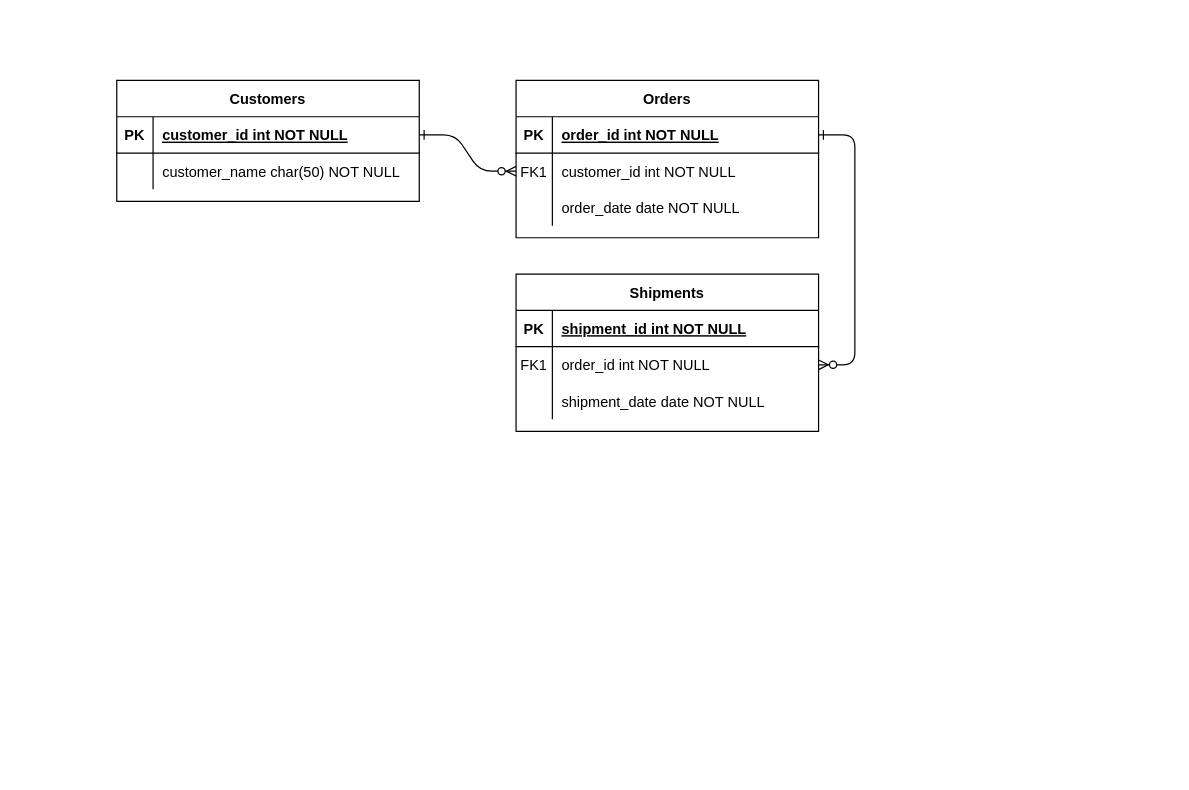
This is frigider.drawio from vitorjurj/modelare_db, a draw.io file, before an edit. Source tidied: cells renumbered, new cells numbered last; positions are measured from the earlier drawing's top-left corner, leaving out a move shared by most shapes. Both pictures are drawn from the tidied source at 121%, with x=0, y=0 at pixel (116, 80).
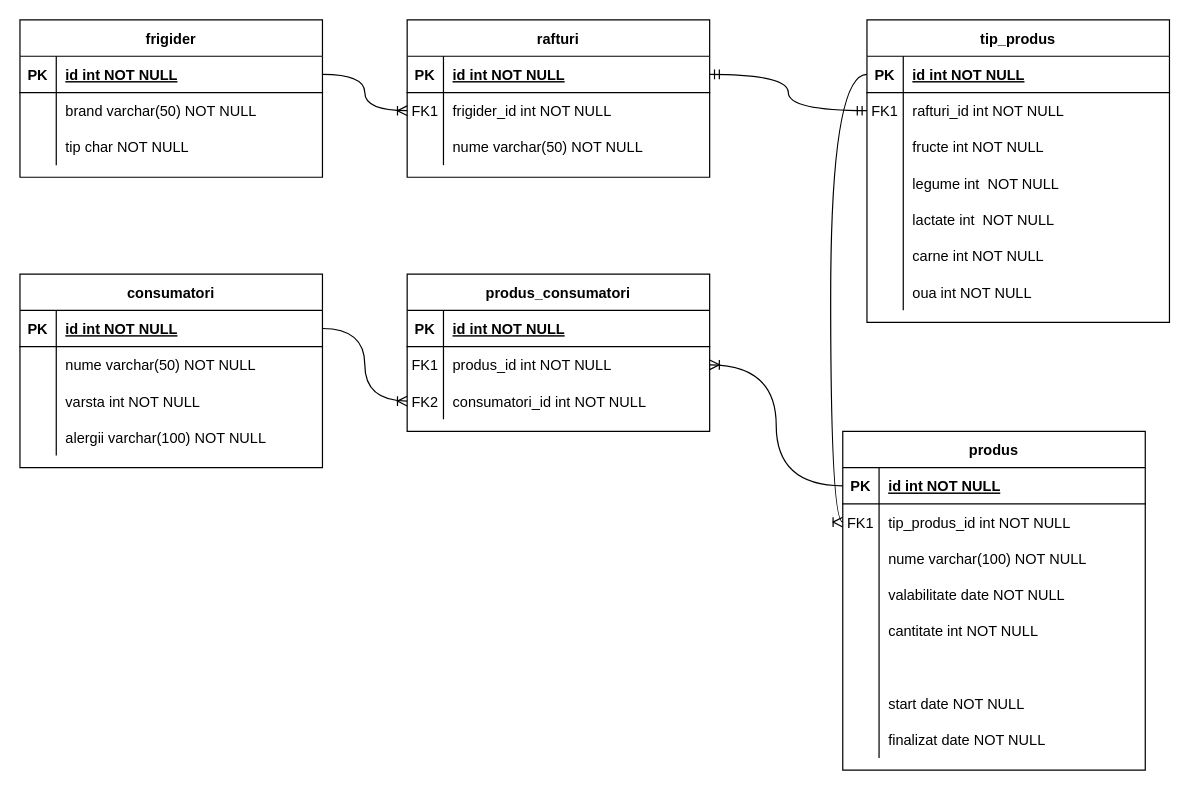
The same diagram, later.

The change refers to these unchanged cells:
```xml
<mxCell id="5" style="shape=partialRectangle;fillColor=none;points=[[0,0.5],[1,0.5]];portConstraint=eastwest;top=0;left=0;right=0;bottom=1;" parent="4" vertex="1">
  <mxGeometry y="30" width="250" height="30" as="geometry" />
</mxCell>
<mxCell id="8" style="shape=partialRectangle;fillColor=none;points=[[0,0.5],[1,0.5]];portConstraint=eastwest;top=0;left=0;right=0;bottom=0;" parent="4" vertex="1">
  <mxGeometry y="60" width="250" height="30" as="geometry" />
</mxCell>
<mxCell id="11" style="shape=partialRectangle;fillColor=none;top=0;left=0;right=0;bottom=0;" parent="4" vertex="1">
  <mxGeometry y="90" width="250" height="30" as="geometry" />
</mxCell>
<mxCell id="15" style="shape=partialRectangle;fillColor=none;points=[[0,0.5],[1,0.5]];portConstraint=eastwest;top=0;left=0;right=0;bottom=1;" parent="14" vertex="1">
  <mxGeometry y="30" width="250" height="30" as="geometry" />
</mxCell>
<mxCell id="18" style="shape=partialRectangle;fillColor=none;points=[[0,0.5],[1,0.5]];portConstraint=eastwest;top=0;left=0;right=0;bottom=0;" parent="14" vertex="1">
  <mxGeometry y="60" width="250" height="30" as="geometry" />
</mxCell>
<mxCell id="21" style="shape=partialRectangle;fillColor=none;top=0;left=0;right=0;bottom=0;" parent="14" vertex="1">
  <mxGeometry y="90" width="250" height="30" as="geometry" />
</mxCell>
<mxCell id="25" style="shape=partialRectangle;fillColor=none;points=[[0,0.5],[1,0.5]];portConstraint=eastwest;top=0;left=0;right=0;bottom=1;" parent="24" vertex="1">
  <mxGeometry y="30" width="250" height="30" as="geometry" />
</mxCell>
<mxCell id="28" style="shape=partialRectangle;fillColor=none;top=0;left=0;right=0;bottom=0;" parent="24" vertex="1">
  <mxGeometry y="60" width="250" height="30" as="geometry" />
</mxCell>
```

Change to the diagram source:
```diff
@@
-    <mxCell id="2" style="edgeStyle=entityRelationEdgeStyle;endArrow=ERzeroToMany;startArrow=ERone;endFill=1;startFill=0;" parent="1" edge="1" source="25" target="8">
-      <mxGeometry relative="1" as="geometry" />
-    </mxCell>
-    <mxCell id="3" style="edgeStyle=entityRelationEdgeStyle;endArrow=ERzeroToMany;startArrow=ERone;endFill=1;startFill=0;" parent="1" edge="1" source="5" target="18">
-      <mxGeometry relative="1" as="geometry" />
-    </mxCell>
-    <mxCell id="4" value="Orders" style="shape=table;startSize=30;childLayout=tableLayout;rowLines=0;fontStyle=1;align=center;" parent="1" vertex="1">
-      <mxGeometry x="330" width="250" height="130" as="geometry" />
+    <mxCell id="4" value="rafturi" style="shape=table;startSize=30;childLayout=tableLayout;rowLines=0;fontStyle=1;align=center;" parent="1" vertex="1">
+      <mxGeometry x="240" y="-50" width="250" height="130" as="geometry" />
     </mxCell>
@@
-    <mxCell id="7" value="order_id int NOT NULL " style="shape=partialRectangle;overflow=hidden;fillColor=none;top=0;left=0;bottom=0;right=0;align=left;spacingLeft=6;fontStyle=5;" parent="5" vertex="1">
+    <mxCell id="7" value="id int NOT NULL " style="shape=partialRectangle;overflow=hidden;fillColor=none;top=0;left=0;bottom=0;right=0;align=left;spacingLeft=6;fontStyle=5;" parent="5" vertex="1">
       <mxGeometry x="30" width="220" height="30" as="geometry" />
     </mxCell>
@@
-    <mxCell id="10" value="customer_id int NOT NULL" style="shape=partialRectangle;overflow=hidden;fillColor=none;top=0;left=0;bottom=0;right=0;align=left;spacingLeft=6;" parent="8" vertex="1">
+    <mxCell id="10" value="frigider_id int NOT NULL" style="shape=partialRectangle;overflow=hidden;fillColor=none;top=0;left=0;bottom=0;right=0;align=left;spacingLeft=6;" parent="8" vertex="1">
       <mxGeometry x="30" width="220" height="30" as="geometry" />
     </mxCell>
@@
-    <mxCell id="13" value="order_date date NOT NULL" style="shape=partialRectangle;overflow=hidden;fillColor=none;top=0;left=0;bottom=0;right=0;align=left;spacingLeft=6;" parent="11" vertex="1">
+    <mxCell id="13" value="nume varchar(50) NOT NULL" style="shape=partialRectangle;overflow=hidden;fillColor=none;top=0;left=0;bottom=0;right=0;align=left;spacingLeft=6;" parent="11" vertex="1">
       <mxGeometry x="30" width="220" height="30" as="geometry" />
     </mxCell>
-    <mxCell id="14" value="Shipments" style="shape=table;startSize=30;childLayout=tableLayout;rowLines=0;fontStyle=1;align=center;" parent="1" vertex="1">
-      <mxGeometry x="330" y="160" width="250" height="130" as="geometry" />
+    <mxCell id="14" value="tip_produs" style="shape=table;startSize=30;childLayout=tableLayout;rowLines=0;fontStyle=1;align=center;" parent="1" vertex="1">
+      <mxGeometry x="620" y="-50" width="250" height="250" as="geometry" />
     </mxCell>
@@
-    <mxCell id="17" value="shipment_id int NOT NULL " style="shape=partialRectangle;overflow=hidden;fillColor=none;top=0;left=0;bottom=0;right=0;align=left;spacingLeft=6;fontStyle=5;" parent="15" vertex="1">
+    <mxCell id="17" value="id int NOT NULL " style="shape=partialRectangle;overflow=hidden;fillColor=none;top=0;left=0;bottom=0;right=0;align=left;spacingLeft=6;fontStyle=5;" parent="15" vertex="1">
       <mxGeometry x="30" width="220" height="30" as="geometry" />
     </mxCell>
@@
-    <mxCell id="20" value="order_id int NOT NULL" style="shape=partialRectangle;overflow=hidden;fillColor=none;top=0;left=0;bottom=0;right=0;align=left;spacingLeft=6;" parent="18" vertex="1">
+    <mxCell id="20" value="rafturi_id int NOT NULL" style="shape=partialRectangle;overflow=hidden;fillColor=none;top=0;left=0;bottom=0;right=0;align=left;spacingLeft=6;" parent="18" vertex="1">
       <mxGeometry x="30" width="220" height="30" as="geometry" />
     </mxCell>
@@
-    <mxCell id="23" value="shipment_date date NOT NULL" style="shape=partialRectangle;overflow=hidden;fillColor=none;top=0;left=0;bottom=0;right=0;align=left;spacingLeft=6;" parent="21" vertex="1">
+    <mxCell id="23" value="fructe int NOT NULL" style="shape=partialRectangle;overflow=hidden;fillColor=none;top=0;left=0;bottom=0;right=0;align=left;spacingLeft=6;" parent="21" vertex="1">
       <mxGeometry x="30" width="220" height="30" as="geometry" />
     </mxCell>
+    <mxCell id="31" style="shape=partialRectangle;fillColor=none;top=0;left=0;right=0;bottom=0;" parent="14" vertex="1">
+      <mxGeometry y="120" width="250" height="30" as="geometry" />
+    </mxCell>
+    <mxCell id="32" style="shape=partialRectangle;overflow=hidden;fillColor=none;top=0;left=0;bottom=0;right=0;" parent="31" vertex="1">
+      <mxGeometry width="30" height="30" as="geometry" />
+    </mxCell>
+    <mxCell id="33" value="legume int  NOT NULL" style="shape=partialRectangle;overflow=hidden;fillColor=none;top=0;left=0;bottom=0;right=0;align=left;spacingLeft=6;" parent="31" vertex="1">
+      <mxGeometry x="30" width="220" height="30" as="geometry" />
+    </mxCell>
+    <mxCell id="34" style="shape=partialRectangle;fillColor=none;top=0;left=0;right=0;bottom=0;" parent="14" vertex="1">
+      <mxGeometry y="150" width="250" height="30" as="geometry" />
+    </mxCell>
+    <mxCell id="35" style="shape=partialRectangle;overflow=hidden;fillColor=none;top=0;left=0;bottom=0;right=0;" parent="34" vertex="1">
+      <mxGeometry width="30" height="30" as="geometry" />
+    </mxCell>
+    <mxCell id="36" value="lactate int  NOT NULL" style="shape=partialRectangle;overflow=hidden;fillColor=none;top=0;left=0;bottom=0;right=0;align=left;spacingLeft=6;" parent="34" vertex="1">
+      <mxGeometry x="30" width="220" height="30" as="geometry" />
+    </mxCell>
+    <mxCell id="37" style="shape=partialRectangle;fillColor=none;top=0;left=0;right=0;bottom=0;" parent="14" vertex="1">
+      <mxGeometry y="180" width="250" height="30" as="geometry" />
+    </mxCell>
+    <mxCell id="38" style="shape=partialRectangle;overflow=hidden;fillColor=none;top=0;left=0;bottom=0;right=0;" parent="37" vertex="1">
+      <mxGeometry width="30" height="30" as="geometry" />
+    </mxCell>
+    <mxCell id="39" value="carne int NOT NULL" style="shape=partialRectangle;overflow=hidden;fillColor=none;top=0;left=0;bottom=0;right=0;align=left;spacingLeft=6;" parent="37" vertex="1">
+      <mxGeometry x="30" width="220" height="30" as="geometry" />
+    </mxCell>
+    <mxCell id="40" style="shape=partialRectangle;fillColor=none;top=0;left=0;right=0;bottom=0;" parent="14" vertex="1">
+      <mxGeometry y="210" width="250" height="30" as="geometry" />
+    </mxCell>
+    <mxCell id="41" style="shape=partialRectangle;overflow=hidden;fillColor=none;top=0;left=0;bottom=0;right=0;" parent="40" vertex="1">
+      <mxGeometry width="30" height="30" as="geometry" />
+    </mxCell>
+    <mxCell id="42" value="oua int NOT NULL" style="shape=partialRectangle;overflow=hidden;fillColor=none;top=0;left=0;bottom=0;right=0;align=left;spacingLeft=6;" parent="40" vertex="1">
+      <mxGeometry x="30" width="220" height="30" as="geometry" />
+    </mxCell>
-    <mxCell id="24" value="Customers" style="shape=table;startSize=30;childLayout=tableLayout;rowLines=0;fontStyle=1;align=center;" parent="1" vertex="1">
-      <mxGeometry width="250" height="100" as="geometry" />
+    <mxCell id="24" value="frigider" style="shape=table;startSize=30;childLayout=tableLayout;rowLines=0;fontStyle=1;align=center;" parent="1" vertex="1">
+      <mxGeometry x="-80" y="-50" width="250" height="130" as="geometry" />
     </mxCell>
@@
-    <mxCell id="27" value="customer_id int NOT NULL " style="shape=partialRectangle;overflow=hidden;fillColor=none;top=0;left=0;bottom=0;right=0;align=left;spacingLeft=6;fontStyle=5;" parent="25" vertex="1">
+    <mxCell id="27" value="id int NOT NULL " style="shape=partialRectangle;overflow=hidden;fillColor=none;top=0;left=0;bottom=0;right=0;align=left;spacingLeft=6;fontStyle=5;" parent="25" vertex="1">
       <mxGeometry x="30" width="220" height="30" as="geometry" />
     </mxCell>
@@
-    <mxCell id="30" value="customer_name char(50) NOT NULL" style="shape=partialRectangle;overflow=hidden;fillColor=none;top=0;left=0;bottom=0;right=0;align=left;spacingLeft=6;" parent="28" vertex="1">
+    <mxCell id="30" value="brand varchar(50) NOT NULL" style="shape=partialRectangle;overflow=hidden;fillColor=none;top=0;left=0;bottom=0;right=0;align=left;spacingLeft=6;" parent="28" vertex="1">
       <mxGeometry x="30" width="220" height="30" as="geometry" />
     </mxCell>
+    <mxCell id="43" style="shape=partialRectangle;fillColor=none;top=0;left=0;right=0;bottom=0;" parent="24" vertex="1">
+      <mxGeometry y="90" width="250" height="30" as="geometry" />
+    </mxCell>
+    <mxCell id="44" style="shape=partialRectangle;overflow=hidden;fillColor=none;top=0;left=0;bottom=0;right=0;" parent="43" vertex="1">
+      <mxGeometry width="30" height="30" as="geometry" />
+    </mxCell>
+    <mxCell id="45" value="tip char NOT NULL" style="shape=partialRectangle;overflow=hidden;fillColor=none;top=0;left=0;bottom=0;right=0;align=left;spacingLeft=6;" parent="43" vertex="1">
+      <mxGeometry x="30" width="220" height="30" as="geometry" />
+    </mxCell>
+    <mxCell id="46" value="produs" style="shape=table;startSize=30;childLayout=tableLayout;rowLines=0;fontStyle=1;align=center;" parent="1" vertex="1">
+      <mxGeometry x="600" y="290" width="250" height="280" as="geometry" />
+    </mxCell>
+    <mxCell id="47" style="shape=partialRectangle;fillColor=none;points=[[0,0.5],[1,0.5]];portConstraint=eastwest;top=0;left=0;right=0;bottom=1;" parent="46" vertex="1">
+      <mxGeometry y="30" width="250" height="30" as="geometry" />
+    </mxCell>
+    <mxCell id="48" value="PK" style="shape=partialRectangle;overflow=hidden;fillColor=none;top=0;left=0;bottom=0;right=0;fontStyle=1;" parent="47" vertex="1">
+      <mxGeometry width="30" height="30" as="geometry" />
+    </mxCell>
+    <mxCell id="49" value="id int NOT NULL" style="shape=partialRectangle;overflow=hidden;fillColor=none;top=0;left=0;bottom=0;right=0;align=left;spacingLeft=6;fontStyle=5;" parent="47" vertex="1">
+      <mxGeometry x="30" width="220" height="30" as="geometry" />
+    </mxCell>
+    <mxCell id="50" style="shape=partialRectangle;fillColor=none;points=[[0,0.5],[1,0.5]];portConstraint=eastwest;top=0;left=0;right=0;bottom=0;" parent="46" vertex="1">
+      <mxGeometry y="60" width="250" height="30" as="geometry" />
+    </mxCell>
+    <mxCell id="51" value="FK1" style="shape=partialRectangle;overflow=hidden;fillColor=none;top=0;left=0;bottom=0;right=0;" parent="50" vertex="1">
+      <mxGeometry width="30" height="30" as="geometry" />
+    </mxCell>
+    <mxCell id="52" value="tip_produs_id int NOT NULL" style="shape=partialRectangle;overflow=hidden;fillColor=none;top=0;left=0;bottom=0;right=0;align=left;spacingLeft=6;" parent="50" vertex="1">
+      <mxGeometry x="30" width="220" height="30" as="geometry" />
+    </mxCell>
+    <mxCell id="53" style="shape=partialRectangle;fillColor=none;top=0;left=0;right=0;bottom=0;" parent="46" vertex="1">
+      <mxGeometry y="90" width="250" height="30" as="geometry" />
+    </mxCell>
+    <mxCell id="54" style="shape=partialRectangle;overflow=hidden;fillColor=none;top=0;left=0;bottom=0;right=0;" parent="53" vertex="1">
+      <mxGeometry width="30" height="30" as="geometry" />
+    </mxCell>
+    <mxCell id="55" value="nume varchar(100) NOT NULL" style="shape=partialRectangle;overflow=hidden;fillColor=none;top=0;left=0;bottom=0;right=0;align=left;spacingLeft=6;" parent="53" vertex="1">
+      <mxGeometry x="30" width="220" height="30" as="geometry" />
+    </mxCell>
+    <mxCell id="56" style="shape=partialRectangle;fillColor=none;top=0;left=0;right=0;bottom=0;" parent="46" vertex="1">
+      <mxGeometry y="120" width="250" height="30" as="geometry" />
+    </mxCell>
+    <mxCell id="57" style="shape=partialRectangle;overflow=hidden;fillColor=none;top=0;left=0;bottom=0;right=0;" parent="56" vertex="1">
+      <mxGeometry width="30" height="30" as="geometry" />
+    </mxCell>
+    <mxCell id="58" value="valabilitate date NOT NULL" style="shape=partialRectangle;overflow=hidden;fillColor=none;top=0;left=0;bottom=0;right=0;align=left;spacingLeft=6;" parent="56" vertex="1">
+      <mxGeometry x="30" width="220" height="30" as="geometry" />
+    </mxCell>
+    <mxCell id="59" style="shape=partialRectangle;fillColor=none;top=0;left=0;right=0;bottom=0;" parent="46" vertex="1">
+      <mxGeometry y="150" width="250" height="30" as="geometry" />
+    </mxCell>
+    <mxCell id="60" style="shape=partialRectangle;overflow=hidden;fillColor=none;top=0;left=0;bottom=0;right=0;" parent="59" vertex="1">
+      <mxGeometry width="30" height="30" as="geometry" />
+    </mxCell>
+    <mxCell id="61" value="cantitate int NOT NULL" style="shape=partialRectangle;overflow=hidden;fillColor=none;top=0;left=0;bottom=0;right=0;align=left;spacingLeft=6;" parent="59" vertex="1">
+      <mxGeometry x="30" width="220" height="30" as="geometry" />
+    </mxCell>
+    <mxCell id="62" style="shape=partialRectangle;fillColor=none;top=0;left=0;right=0;bottom=0;" parent="46" vertex="1">
+      <mxGeometry y="180" width="250" height="30" as="geometry" />
+    </mxCell>
+    <mxCell id="63" style="shape=partialRectangle;overflow=hidden;fillColor=none;top=0;left=0;bottom=0;right=0;" parent="62" vertex="1">
+      <mxGeometry width="30" height="30" as="geometry" />
+    </mxCell>
+    <mxCell id="64" style="shape=partialRectangle;overflow=hidden;fillColor=none;top=0;left=0;bottom=0;right=0;align=left;spacingLeft=6;" parent="62" vertex="1">
+      <mxGeometry x="30" width="220" height="30" as="geometry" />
+    </mxCell>
+    <mxCell id="65" style="shape=partialRectangle;fillColor=none;top=0;left=0;right=0;bottom=0;" parent="46" vertex="1">
+      <mxGeometry y="210" width="250" height="30" as="geometry" />
+    </mxCell>
+    <mxCell id="66" style="shape=partialRectangle;overflow=hidden;fillColor=none;top=0;left=0;bottom=0;right=0;" parent="65" vertex="1">
+      <mxGeometry width="30" height="30" as="geometry" />
+    </mxCell>
+    <mxCell id="67" value="start date NOT NULL" style="shape=partialRectangle;overflow=hidden;fillColor=none;top=0;left=0;bottom=0;right=0;align=left;spacingLeft=6;" parent="65" vertex="1">
+      <mxGeometry x="30" width="220" height="30" as="geometry" />
+    </mxCell>
+    <mxCell id="68" style="shape=partialRectangle;fillColor=none;top=0;left=0;right=0;bottom=0;" parent="46" vertex="1">
+      <mxGeometry y="240" width="250" height="30" as="geometry" />
+    </mxCell>
+    <mxCell id="69" style="shape=partialRectangle;overflow=hidden;fillColor=none;top=0;left=0;bottom=0;right=0;" parent="68" vertex="1">
+      <mxGeometry width="30" height="30" as="geometry" />
+    </mxCell>
+    <mxCell id="70" value="finalizat date NOT NULL" style="shape=partialRectangle;overflow=hidden;fillColor=none;top=0;left=0;bottom=0;right=0;align=left;spacingLeft=6;" parent="68" vertex="1">
+      <mxGeometry x="30" width="220" height="30" as="geometry" />
+    </mxCell>
+    <mxCell id="71" value="produs_consumatori" style="shape=table;startSize=30;childLayout=tableLayout;rowLines=0;fontStyle=1;align=center;" parent="1" vertex="1">
+      <mxGeometry x="240" y="160" width="250" height="130" as="geometry" />
+    </mxCell>
+    <mxCell id="72" style="shape=partialRectangle;fillColor=none;top=0;left=0;right=0;bottom=1;" parent="71" vertex="1">
+      <mxGeometry y="30" width="250" height="30" as="geometry" />
+    </mxCell>
+    <mxCell id="73" value="PK" style="shape=partialRectangle;overflow=hidden;fillColor=none;top=0;left=0;bottom=0;right=0;fontStyle=1;" parent="72" vertex="1">
+      <mxGeometry width="30" height="30" as="geometry" />
+    </mxCell>
+    <mxCell id="74" value="id int NOT NULL" style="shape=partialRectangle;overflow=hidden;fillColor=none;top=0;left=0;bottom=0;right=0;align=left;spacingLeft=6;fontStyle=5;" parent="72" vertex="1">
+      <mxGeometry x="30" width="220" height="30" as="geometry" />
+    </mxCell>
+    <mxCell id="75" style="shape=partialRectangle;fillColor=none;points=[[0,0.5],[1,0.5]];portConstraint=eastwest;top=0;left=0;right=0;bottom=0;" parent="71" vertex="1">
+      <mxGeometry y="60" width="250" height="30" as="geometry" />
+    </mxCell>
+    <mxCell id="76" value="FK1" style="shape=partialRectangle;overflow=hidden;fillColor=none;top=0;left=0;bottom=0;right=0;" parent="75" vertex="1">
+      <mxGeometry width="30" height="30" as="geometry" />
+    </mxCell>
+    <mxCell id="77" value="produs_id int NOT NULL" style="shape=partialRectangle;overflow=hidden;fillColor=none;top=0;left=0;bottom=0;right=0;align=left;spacingLeft=6;" parent="75" vertex="1">
+      <mxGeometry x="30" width="220" height="30" as="geometry" />
+    </mxCell>
+    <mxCell id="78" style="shape=partialRectangle;fillColor=none;points=[[0,0.5],[1,0.5]];portConstraint=eastwest;top=0;left=0;right=0;bottom=0;" parent="71" vertex="1">
+      <mxGeometry y="90" width="250" height="30" as="geometry" />
+    </mxCell>
+    <mxCell id="79" value="FK2" style="shape=partialRectangle;overflow=hidden;fillColor=none;top=0;left=0;bottom=0;right=0;" parent="78" vertex="1">
+      <mxGeometry width="30" height="30" as="geometry" />
+    </mxCell>
+    <mxCell id="80" value="consumatori_id int NOT NULL" style="shape=partialRectangle;overflow=hidden;fillColor=none;top=0;left=0;bottom=0;right=0;align=left;spacingLeft=6;" parent="78" vertex="1">
+      <mxGeometry x="30" width="220" height="30" as="geometry" />
+    </mxCell>
+    <mxCell id="81" value="consumatori" style="shape=table;startSize=30;childLayout=tableLayout;rowLines=0;fontStyle=1;align=center;" parent="1" vertex="1">
+      <mxGeometry x="-80" y="160" width="250" height="160" as="geometry" />
+    </mxCell>
+    <mxCell id="82" style="shape=partialRectangle;fillColor=none;points=[[0,0.5],[1,0.5]];portConstraint=eastwest;top=0;left=0;right=0;bottom=1;" parent="81" vertex="1">
+      <mxGeometry y="30" width="250" height="30" as="geometry" />
+    </mxCell>
+    <mxCell id="83" value="PK" style="shape=partialRectangle;overflow=hidden;fillColor=none;top=0;left=0;bottom=0;right=0;fontStyle=1;" parent="82" vertex="1">
+      <mxGeometry width="30" height="30" as="geometry" />
+    </mxCell>
+    <mxCell id="84" value="id int NOT NULL" style="shape=partialRectangle;overflow=hidden;fillColor=none;top=0;left=0;bottom=0;right=0;align=left;spacingLeft=6;fontStyle=5;" parent="82" vertex="1">
+      <mxGeometry x="30" width="220" height="30" as="geometry" />
+    </mxCell>
+    <mxCell id="85" style="shape=partialRectangle;fillColor=none;top=0;left=0;right=0;bottom=0;" parent="81" vertex="1">
+      <mxGeometry y="60" width="250" height="30" as="geometry" />
+    </mxCell>
+    <mxCell id="86" style="shape=partialRectangle;overflow=hidden;fillColor=none;top=0;left=0;bottom=0;right=0;" parent="85" vertex="1">
+      <mxGeometry width="30" height="30" as="geometry" />
+    </mxCell>
+    <mxCell id="87" value="nume varchar(50) NOT NULL" style="shape=partialRectangle;overflow=hidden;fillColor=none;top=0;left=0;bottom=0;right=0;align=left;spacingLeft=6;" parent="85" vertex="1">
+      <mxGeometry x="30" width="220" height="30" as="geometry" />
+    </mxCell>
+    <mxCell id="88" style="shape=partialRectangle;fillColor=none;top=0;left=0;right=0;bottom=0;" parent="81" vertex="1">
+      <mxGeometry y="90" width="250" height="30" as="geometry" />
+    </mxCell>
+    <mxCell id="89" style="shape=partialRectangle;overflow=hidden;fillColor=none;top=0;left=0;bottom=0;right=0;" parent="88" vertex="1">
+      <mxGeometry width="30" height="30" as="geometry" />
+    </mxCell>
+    <mxCell id="90" value="varsta int NOT NULL" style="shape=partialRectangle;overflow=hidden;fillColor=none;top=0;left=0;bottom=0;right=0;align=left;spacingLeft=6;" parent="88" vertex="1">
+      <mxGeometry x="30" width="220" height="30" as="geometry" />
+    </mxCell>
+    <mxCell id="91" style="shape=partialRectangle;fillColor=none;top=0;left=0;right=0;bottom=0;" parent="81" vertex="1">
+      <mxGeometry y="120" width="250" height="30" as="geometry" />
+    </mxCell>
+    <mxCell id="92" style="shape=partialRectangle;overflow=hidden;fillColor=none;top=0;left=0;bottom=0;right=0;" parent="91" vertex="1">
+      <mxGeometry width="30" height="30" as="geometry" />
+    </mxCell>
+    <mxCell id="93" value="alergii varchar(100) NOT NULL" style="shape=partialRectangle;overflow=hidden;fillColor=none;top=0;left=0;bottom=0;right=0;align=left;spacingLeft=6;" parent="91" vertex="1">
+      <mxGeometry x="30" width="220" height="30" as="geometry" />
+    </mxCell>
+    <mxCell id="2" style="edgeStyle=orthogonalEdgeStyle;fontSize=12;html=1;endArrow=ERoneToMany;rounded=0;exitX=1;exitY=0.5;exitDx=0;exitDy=0;entryX=0;entryY=0.5;entryDx=0;entryDy=0;curved=1;" parent="1" edge="1" source="25" target="8">
+      <mxGeometry relative="1" as="geometry" />
+    </mxCell>
+    <mxCell id="3" style="edgeStyle=orthogonalEdgeStyle;fontSize=12;html=1;endArrow=ERmandOne;startArrow=ERmandOne;rounded=0;entryX=0;entryY=0.5;entryDx=0;entryDy=0;exitX=1;exitY=0.5;exitDx=0;exitDy=0;curved=1;" parent="1" edge="1" source="5" target="18">
+      <mxGeometry relative="1" as="geometry" />
+    </mxCell>
+    <mxCell id="94" style="edgeStyle=orthogonalEdgeStyle;fontSize=12;html=1;endArrow=ERoneToMany;rounded=0;exitX=0;exitY=0.5;exitDx=0;exitDy=0;entryX=1;entryY=0.5;entryDx=0;entryDy=0;curved=1;" parent="1" edge="1" source="47" target="75">
+      <mxGeometry relative="1" as="geometry" />
+    </mxCell>
+    <mxCell id="95" style="edgeStyle=orthogonalEdgeStyle;fontSize=12;html=1;endArrow=ERoneToMany;rounded=0;entryX=0;entryY=0.5;entryDx=0;entryDy=0;exitX=1;exitY=0.5;exitDx=0;exitDy=0;curved=1;" parent="1" edge="1" source="82" target="78">
+      <mxGeometry relative="1" as="geometry" />
+    </mxCell>
+    <mxCell id="96" style="edgeStyle=orthogonalEdgeStyle;fontSize=12;html=1;endArrow=ERoneToMany;rounded=0;exitX=0;exitY=0.5;exitDx=0;exitDy=0;entryX=0;entryY=0.5;entryDx=0;entryDy=0;curved=1;" parent="1" edge="1" source="15" target="50">
+      <mxGeometry relative="1" as="geometry" />
+    </mxCell>
```
